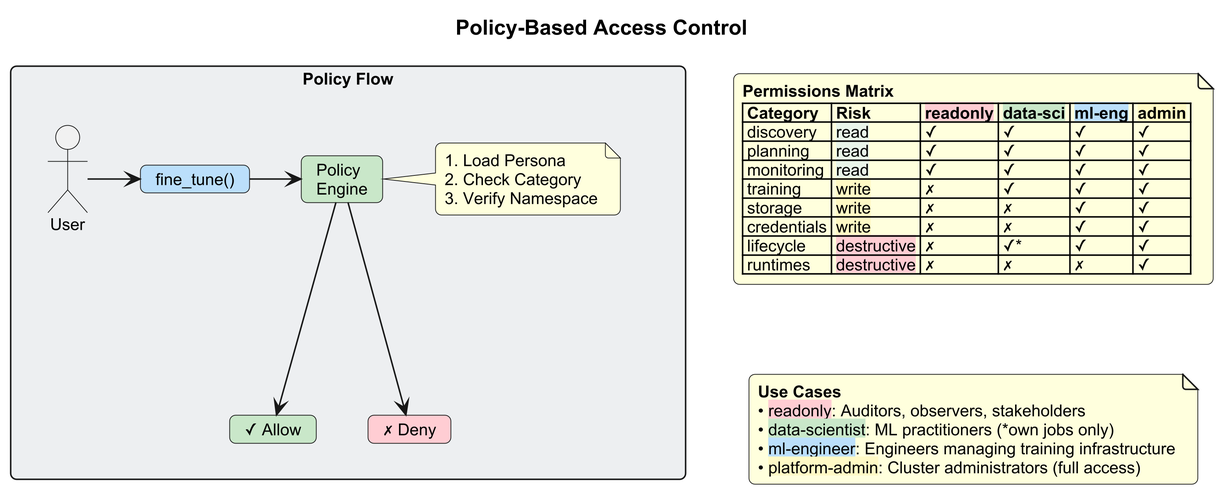
The PlantUML diagram proposals/936-kubeflow-mcp-server/policies.png in kubeflow/community, before a commit.
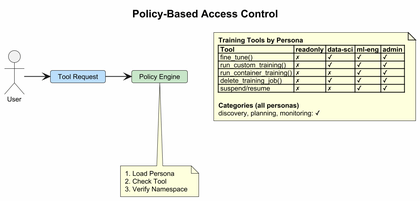
Later version of the same file.

The edit, as a diff of the source:
```diff
@@ -1,56 +1,36 @@
 @startuml
-scale 4
+scale 2
 
 skinparam backgroundColor #FEFEFE
-skinparam defaultFontSize 11
+skinparam defaultFontSize 9
 skinparam defaultFontName Arial
-skinparam roundcorner 8
 
-title <b>Policy-Based Access Control</b>
+title Policy-Based Access Control
 
-rectangle "**Policy Flow**" as flow #ECEFF1 {
-    actor "User" as user
-    card "fine_tune()" as req #BBDEFB
-    card "Policy\nEngine" as engine #C8E6C9
-    card "✓ Allow" as ok #C8E6C9
-    card "✗ Deny" as no #FFCDD2
+actor "User" as user
+card "Tool Request" as req #BBDEFB
+card "Policy Engine" as engine #C8E6C9
 
-    user -right-> req
-    req -right-> engine
-    engine -down-> ok
-    engine -down-> no
+user -right-> req
+req -right-> engine
 
-    note right of engine
-      1. Load Persona
-      2. Check Category
-      3. Verify Namespace
-    end note
-}
+note bottom of engine
+  1. Load Persona
+  2. Check Tool
+  3. Verify Namespace
+end note
 
-together {
-    note as perms
-        <b>Permissions Matrix</b>
-        |= Category |= Risk |= <back:#FFCDD2>readonly</back> |= <back:#C8E6C9>data-sci</back> |= <back:#BBDEFB>ml-eng</back> |= <back:#FFF9C4>admin</back> |
-        | discovery | <back:#E8F5E9>read</back> | ✓ | ✓ | ✓ | ✓ |
-        | planning | <back:#E8F5E9>read</back> | ✓ | ✓ | ✓ | ✓ |
-        | monitoring | <back:#E8F5E9>read</back> | ✓ | ✓ | ✓ | ✓ |
-        | training | <back:#FFF9C4>write</back> | ✗ | ✓ | ✓ | ✓ |
-        | storage | <back:#FFF9C4>write</back> | ✗ | ✗ | ✓ | ✓ |
-        | credentials | <back:#FFF9C4>write</back> | ✗ | ✗ | ✓ | ✓ |
-        | lifecycle | <back:#FFCDD2>destructive</back> | ✗ | ✓* | ✓ | ✓ |
-        | runtimes | <back:#FFCDD2>destructive</back> | ✗ | ✗ | ✗ | ✓ |
-    end note
+note as perms
+  <b>Training Tools by Persona</b>
+  |= Tool |= readonly |= data-sci |= ml-eng |= admin |
+  | fine_tune() | ✗ | ✓ | ✓ | ✓ |
+  | run_custom_training() | ✗ | ✓ | ✓ | ✓ |
+  | run_container_training() | ✗ | ✗ | ✓ | ✓ |
+  | delete_training_job() | ✗ | ✓ | ✓ | ✓ |
+  | suspend/resume | ✗ | ✗ | ✓ | ✓ |
 
-    note as usecases
-        <b>Use Cases</b>
-        • <back:#FFCDD2>readonly</back>: Auditors, observers, stakeholders
-        • <back:#C8E6C9>data-scientist</back>: ML practitioners (*own jobs only)
-        • <back:#BBDEFB>ml-engineer</back>: Engineers managing training infrastructure
-        • <back:#FFF9C4>platform-admin</back>: Cluster administrators (full access)
-    end note
-}
-
-flow -right[hidden]-> perms
-perms -down[hidden]-> usecases
+  <b>Categories (all personas)</b>
+  discovery, planning, monitoring: ✓
+end note
 
 @enduml
```
